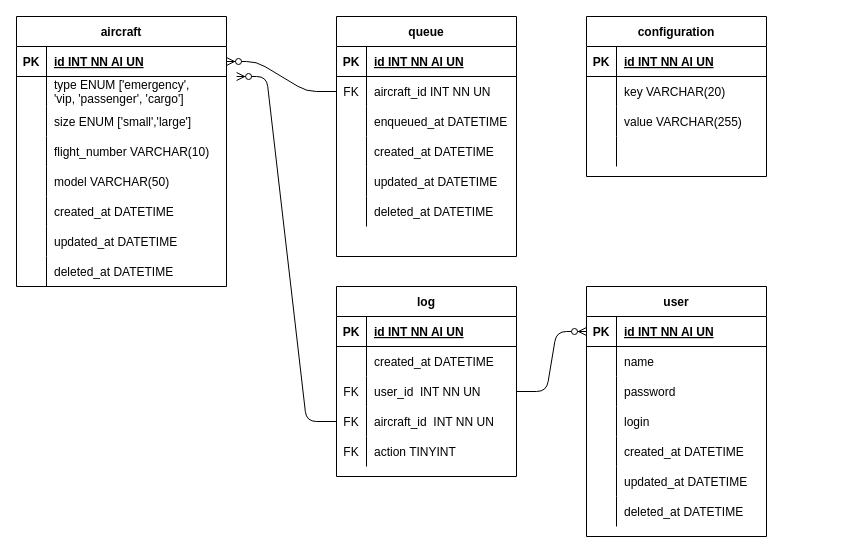
Earlier version of the draw.io diagram documents/er-diagram.drawio (julianobressan/atcm). Source tidied: cells renumbered, new cells numbered last; positions are measured from the earlier drawing's top-left corner, leaving out a move shared by most shapes. Both pictures are drawn from the tidied source at 100%, with x=0, y=0 at pixel (16, 16).
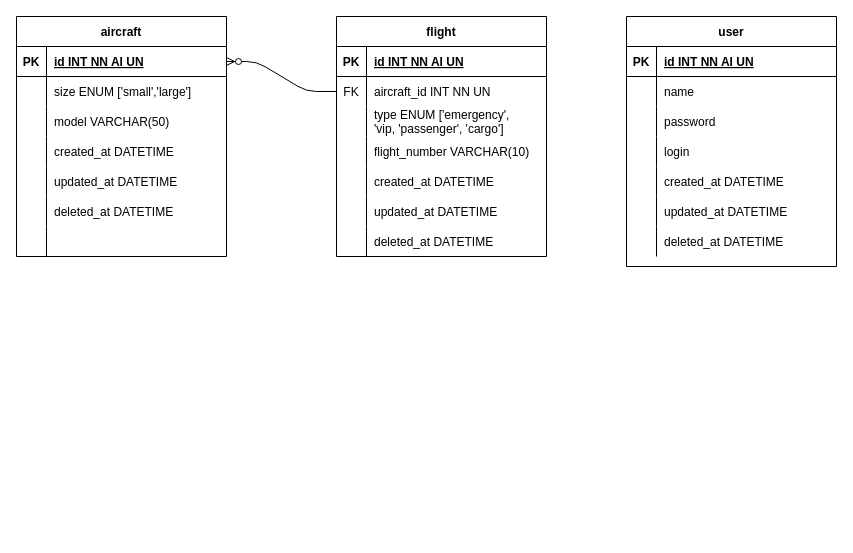
After the change.

What changed in the source:
```diff
@@
     <mxCell id="2" value="aircraft" style="shape=table;startSize=30;childLayout=tableLayout;rowLines=0;fontStyle=1;align=center;" parent="1" vertex="1">
-      <mxGeometry width="210" height="270" as="geometry" />
+      <mxGeometry width="210" height="240" as="geometry" />
     </mxCell>
@@
-    <mxCell id="6" style="shape=partialRectangle;fillColor=none;top=0;left=0;bottom=0;right=0;points=[[0,0.5],[1,0.5]];portConstraint=eastwest;" parent="2" vertex="1">
-      <mxGeometry y="60" width="210" height="30" as="geometry" />
-    </mxCell>
-    <mxCell id="7" style="shape=partialRectangle;fillColor=none;top=0;left=0;bottom=0;right=0;overflow=hidden;" parent="6" vertex="1">
-      <mxGeometry width="30" height="30" as="geometry" />
-    </mxCell>
-    <mxCell id="8" value="type ENUM ['emergency', &#10;'vip, 'passenger', 'cargo']" style="shape=partialRectangle;fillColor=none;top=0;left=0;bottom=0;right=0;align=left;spacingLeft=6;overflow=hidden;" parent="6" vertex="1">
-      <mxGeometry x="30" width="180" height="30" as="geometry" />
-    </mxCell>
     <mxCell id="9" style="shape=partialRectangle;fillColor=none;top=0;left=0;bottom=0;right=0;" parent="2" vertex="1">
-      <mxGeometry y="90" width="210" height="30" as="geometry" />
+      <mxGeometry y="60" width="210" height="30" as="geometry" />
     </mxCell>
@@
-    <mxCell id="12" style="shape=partialRectangle;fillColor=none;top=0;left=0;bottom=0;right=0;" parent="2" vertex="1">
-      <mxGeometry y="120" width="210" height="30" as="geometry" />
-    </mxCell>
-    <mxCell id="13" style="shape=partialRectangle;fillColor=none;top=0;left=0;bottom=0;right=0;overflow=hidden;" parent="12" vertex="1">
-      <mxGeometry width="30" height="30" as="geometry" />
-    </mxCell>
-    <mxCell id="14" value="flight_number VARCHAR(10)" style="shape=partialRectangle;fillColor=none;top=0;left=0;bottom=0;right=0;align=left;spacingLeft=6;overflow=hidden;" parent="12" vertex="1">
-      <mxGeometry x="30" width="180" height="30" as="geometry" />
-    </mxCell>
     <mxCell id="15" style="shape=partialRectangle;fillColor=none;top=0;left=0;bottom=0;right=0;" parent="2" vertex="1">
-      <mxGeometry y="150" width="210" height="30" as="geometry" />
+      <mxGeometry y="90" width="210" height="30" as="geometry" />
     </mxCell>
@@
     <mxCell id="18" style="shape=partialRectangle;fillColor=none;top=0;left=0;bottom=0;right=0;" parent="2" vertex="1">
-      <mxGeometry y="180" width="210" height="30" as="geometry" />
+      <mxGeometry y="120" width="210" height="30" as="geometry" />
     </mxCell>
@@
     <mxCell id="21" style="shape=partialRectangle;fillColor=none;top=0;left=0;bottom=0;right=0;" parent="2" vertex="1">
-      <mxGeometry y="210" width="210" height="30" as="geometry" />
+      <mxGeometry y="150" width="210" height="30" as="geometry" />
     </mxCell>
@@
     <mxCell id="24" style="shape=partialRectangle;fillColor=none;top=0;left=0;bottom=0;right=0;" parent="2" vertex="1">
-      <mxGeometry y="240" width="210" height="30" as="geometry" />
+      <mxGeometry y="180" width="210" height="30" as="geometry" />
     </mxCell>
@@
-    <mxCell id="27" value="configuration" style="shape=table;startSize=30;childLayout=tableLayout;rowLines=0;fontStyle=1;align=center;" parent="1" vertex="1">
-      <mxGeometry x="570" width="180" height="160" as="geometry" />
-    </mxCell>
-    <mxCell id="28" style="shape=partialRectangle;fillColor=none;top=0;left=0;bottom=1;right=0;" parent="27" vertex="1">
-      <mxGeometry y="30" width="180" height="30" as="geometry" />
-    </mxCell>
-    <mxCell id="29" value="PK" style="shape=partialRectangle;fillColor=none;top=0;left=0;bottom=0;right=0;fontStyle=1;overflow=hidden;" parent="28" vertex="1">
-      <mxGeometry width="30" height="30" as="geometry" />
-    </mxCell>
-    <mxCell id="30" value="id INT NN AI UN" style="shape=partialRectangle;fillColor=none;top=0;left=0;bottom=0;right=0;align=left;spacingLeft=6;fontStyle=5;overflow=hidden;" parent="28" vertex="1">
-      <mxGeometry x="30" width="150" height="30" as="geometry" />
-    </mxCell>
-    <mxCell id="31" style="shape=partialRectangle;fillColor=none;top=0;left=0;bottom=0;right=0;" parent="27" vertex="1">
-      <mxGeometry y="60" width="180" height="30" as="geometry" />
-    </mxCell>
-    <mxCell id="32" style="shape=partialRectangle;fillColor=none;top=0;left=0;bottom=0;right=0;overflow=hidden;" parent="31" vertex="1">
-      <mxGeometry width="30" height="30" as="geometry" />
-    </mxCell>
-    <mxCell id="33" value="key VARCHAR(20)" style="shape=partialRectangle;fillColor=none;top=0;left=0;bottom=0;right=0;align=left;spacingLeft=6;overflow=hidden;" parent="31" vertex="1">
-      <mxGeometry x="30" width="150" height="30" as="geometry" />
-    </mxCell>
-    <mxCell id="34" style="shape=partialRectangle;fillColor=none;top=0;left=0;bottom=0;right=0;" parent="27" vertex="1">
-      <mxGeometry y="90" width="180" height="30" as="geometry" />
-    </mxCell>
-    <mxCell id="35" style="shape=partialRectangle;fillColor=none;top=0;left=0;bottom=0;right=0;overflow=hidden;" parent="34" vertex="1">
-      <mxGeometry width="30" height="30" as="geometry" />
-    </mxCell>
-    <mxCell id="36" value="value VARCHAR(255)" style="shape=partialRectangle;fillColor=none;top=0;left=0;bottom=0;right=0;align=left;spacingLeft=6;overflow=hidden;" parent="34" vertex="1">
-      <mxGeometry x="30" width="150" height="30" as="geometry" />
-    </mxCell>
-    <mxCell id="37" style="shape=partialRectangle;fillColor=none;top=0;left=0;bottom=0;right=0;" parent="27" vertex="1">
-      <mxGeometry y="120" width="180" height="30" as="geometry" />
-    </mxCell>
-    <mxCell id="38" style="shape=partialRectangle;fillColor=none;top=0;left=0;bottom=0;right=0;overflow=hidden;" parent="37" vertex="1">
-      <mxGeometry width="30" height="30" as="geometry" />
-    </mxCell>
-    <mxCell id="39" style="shape=partialRectangle;fillColor=none;top=0;left=0;bottom=0;right=0;align=left;spacingLeft=6;overflow=hidden;" parent="37" vertex="1">
-      <mxGeometry x="30" width="150" height="30" as="geometry" />
-    </mxCell>
+    <mxCell id="6" style="shape=partialRectangle;fillColor=none;top=0;left=0;bottom=0;right=0;points=[[0,0.5],[1,0.5]];portConstraint=eastwest;" parent="2" vertex="1">
+      <mxGeometry y="210" width="210" height="30" as="geometry" />
+    </mxCell>
+    <mxCell id="7" style="shape=partialRectangle;fillColor=none;top=0;left=0;bottom=0;right=0;overflow=hidden;" parent="6" vertex="1">
+      <mxGeometry width="30" height="30" as="geometry" />
+    </mxCell>
+    <mxCell id="8" style="shape=partialRectangle;fillColor=none;top=0;left=0;bottom=0;right=0;align=left;spacingLeft=6;overflow=hidden;" parent="6" vertex="1">
+      <mxGeometry x="30" width="180" height="30" as="geometry" />
+    </mxCell>
-    <mxCell id="40" value="queue" style="shape=table;startSize=30;childLayout=tableLayout;rowLines=0;fontStyle=1;align=center;" parent="1" vertex="1">
-      <mxGeometry x="320" width="180" height="240" as="geometry" />
+    <mxCell id="40" value="flight" style="shape=table;startSize=30;childLayout=tableLayout;rowLines=0;fontStyle=1;align=center;" parent="1" vertex="1">
+      <mxGeometry x="320" width="210" height="240" as="geometry" />
     </mxCell>
     <mxCell id="41" style="shape=partialRectangle;fillColor=none;top=0;left=0;bottom=1;right=0;" parent="40" vertex="1">
-      <mxGeometry y="30" width="180" height="30" as="geometry" />
+      <mxGeometry y="30" width="210" height="30" as="geometry" />
     </mxCell>
@@
     <mxCell id="43" value="id INT NN AI UN" style="shape=partialRectangle;fillColor=none;top=0;left=0;bottom=0;right=0;align=left;spacingLeft=6;fontStyle=5;overflow=hidden;" parent="41" vertex="1">
-      <mxGeometry x="30" width="150" height="30" as="geometry" />
+      <mxGeometry x="30" width="180" height="30" as="geometry" />
     </mxCell>
     <mxCell id="44" style="shape=partialRectangle;fillColor=none;top=0;left=0;bottom=0;right=0;points=[[0,0.5],[1,0.5]];portConstraint=eastwest;" parent="40" vertex="1">
-      <mxGeometry y="60" width="180" height="30" as="geometry" />
+      <mxGeometry y="60" width="210" height="30" as="geometry" />
     </mxCell>
@@
     <mxCell id="46" value="aircraft_id INT NN UN" style="shape=partialRectangle;fillColor=none;top=0;left=0;bottom=0;right=0;align=left;spacingLeft=6;overflow=hidden;" parent="44" vertex="1">
-      <mxGeometry x="30" width="150" height="30" as="geometry" />
+      <mxGeometry x="30" width="180" height="30" as="geometry" />
     </mxCell>
     <mxCell id="47" style="shape=partialRectangle;fillColor=none;top=0;left=0;bottom=0;right=0;" parent="40" vertex="1">
-      <mxGeometry y="90" width="180" height="30" as="geometry" />
+      <mxGeometry y="90" width="210" height="30" as="geometry" />
     </mxCell>
@@
-    <mxCell id="49" value="enqueued_at DATETIME" style="shape=partialRectangle;fillColor=none;top=0;left=0;bottom=0;right=0;align=left;spacingLeft=6;overflow=hidden;" parent="47" vertex="1">
-      <mxGeometry x="30" width="150" height="30" as="geometry" />
+    <mxCell id="49" value="type ENUM ['emergency', &#10;'vip, 'passenger', 'cargo']" style="shape=partialRectangle;fillColor=none;top=0;left=0;bottom=0;right=0;align=left;spacingLeft=6;overflow=hidden;" parent="47" vertex="1">
+      <mxGeometry x="30" width="180" height="30" as="geometry" />
     </mxCell>
+    <mxCell id="12" style="shape=partialRectangle;fillColor=none;top=0;left=0;bottom=0;right=0;" parent="40" vertex="1">
+      <mxGeometry y="120" width="210" height="30" as="geometry" />
+    </mxCell>
+    <mxCell id="100" style="shape=partialRectangle;fillColor=none;top=0;left=0;bottom=0;right=0;overflow=hidden;" parent="12" vertex="1">
+      <mxGeometry width="30" height="30" as="geometry" />
+    </mxCell>
+    <mxCell id="14" value="flight_number VARCHAR(10)" style="shape=partialRectangle;fillColor=none;top=0;left=0;bottom=0;right=0;align=left;spacingLeft=6;overflow=hidden;" parent="12" vertex="1">
+      <mxGeometry x="30" width="180" height="30" as="geometry" />
+    </mxCell>
     <mxCell id="50" style="shape=partialRectangle;fillColor=none;top=0;left=0;bottom=0;right=0;" parent="40" vertex="1">
-      <mxGeometry y="120" width="180" height="30" as="geometry" />
+      <mxGeometry y="150" width="210" height="30" as="geometry" />
     </mxCell>
@@
     <mxCell id="52" value="created_at DATETIME" style="shape=partialRectangle;fillColor=none;top=0;left=0;bottom=0;right=0;align=left;spacingLeft=6;overflow=hidden;" parent="50" vertex="1">
-      <mxGeometry x="30" width="150" height="30" as="geometry" />
+      <mxGeometry x="30" width="180" height="30" as="geometry" />
     </mxCell>
     <mxCell id="53" style="shape=partialRectangle;fillColor=none;top=0;left=0;bottom=0;right=0;" parent="40" vertex="1">
-      <mxGeometry y="150" width="180" height="30" as="geometry" />
+      <mxGeometry y="180" width="210" height="30" as="geometry" />
     </mxCell>
@@
     <mxCell id="55" value="updated_at DATETIME" style="shape=partialRectangle;fillColor=none;top=0;left=0;bottom=0;right=0;align=left;spacingLeft=6;overflow=hidden;" parent="53" vertex="1">
-      <mxGeometry x="30" width="150" height="30" as="geometry" />
+      <mxGeometry x="30" width="180" height="30" as="geometry" />
     </mxCell>
     <mxCell id="56" style="shape=partialRectangle;fillColor=none;top=0;left=0;bottom=0;right=0;" parent="40" vertex="1">
-      <mxGeometry y="180" width="180" height="30" as="geometry" />
+      <mxGeometry y="210" width="210" height="30" as="geometry" />
     </mxCell>
@@
     <mxCell id="58" value="deleted_at DATETIME" style="shape=partialRectangle;fillColor=none;top=0;left=0;bottom=0;right=0;align=left;spacingLeft=6;overflow=hidden;" parent="56" vertex="1">
-      <mxGeometry x="30" width="150" height="30" as="geometry" />
+      <mxGeometry x="30" width="180" height="30" as="geometry" />
     </mxCell>
-    <mxCell id="59" value="log" style="shape=table;startSize=30;childLayout=tableLayout;rowLines=0;fontStyle=1;align=center;" parent="1" vertex="1">
-      <mxGeometry x="320" y="270" width="180" height="190" as="geometry" />
-    </mxCell>
-    <mxCell id="60" style="shape=partialRectangle;fillColor=none;top=0;left=0;bottom=1;right=0;" parent="59" vertex="1">
-      <mxGeometry y="30" width="180" height="30" as="geometry" />
-    </mxCell>
-    <mxCell id="61" value="PK" style="shape=partialRectangle;fillColor=none;top=0;left=0;bottom=0;right=0;fontStyle=1;overflow=hidden;" parent="60" vertex="1">
-      <mxGeometry width="30" height="30" as="geometry" />
-    </mxCell>
-    <mxCell id="62" value="id INT NN AI UN" style="shape=partialRectangle;fillColor=none;top=0;left=0;bottom=0;right=0;align=left;spacingLeft=6;fontStyle=5;overflow=hidden;" parent="60" vertex="1">
-      <mxGeometry x="30" width="150" height="30" as="geometry" />
-    </mxCell>
-    <mxCell id="63" style="shape=partialRectangle;fillColor=none;top=0;left=0;bottom=0;right=0;" parent="59" vertex="1">
-      <mxGeometry y="60" width="180" height="30" as="geometry" />
-    </mxCell>
-    <mxCell id="64" style="shape=partialRectangle;fillColor=none;top=0;left=0;bottom=0;right=0;overflow=hidden;" parent="63" vertex="1">
-      <mxGeometry width="30" height="30" as="geometry" />
-    </mxCell>
-    <mxCell id="65" value="created_at DATETIME" style="shape=partialRectangle;fillColor=none;top=0;left=0;bottom=0;right=0;align=left;spacingLeft=6;overflow=hidden;" parent="63" vertex="1">
-      <mxGeometry x="30" width="150" height="30" as="geometry" />
-    </mxCell>
-    <mxCell id="66" style="shape=partialRectangle;fillColor=none;top=0;left=0;bottom=0;right=0;points=[[0,0.5],[1,0.5]];portConstraint=eastwest;" parent="59" vertex="1">
-      <mxGeometry y="90" width="180" height="30" as="geometry" />
-    </mxCell>
-    <mxCell id="67" value="FK" style="shape=partialRectangle;fillColor=none;top=0;left=0;bottom=0;right=0;overflow=hidden;" parent="66" vertex="1">
-      <mxGeometry width="30" height="30" as="geometry" />
-    </mxCell>
-    <mxCell id="68" value="user_id  INT NN UN" style="shape=partialRectangle;fillColor=none;top=0;left=0;bottom=0;right=0;align=left;spacingLeft=6;overflow=hidden;" parent="66" vertex="1">
-      <mxGeometry x="30" width="150" height="30" as="geometry" />
-    </mxCell>
-    <mxCell id="69" style="shape=partialRectangle;fillColor=none;top=0;left=0;bottom=0;right=0;points=[[0,0.5],[1,0.5]];portConstraint=eastwest;" parent="59" vertex="1">
-      <mxGeometry y="120" width="180" height="30" as="geometry" />
-    </mxCell>
-    <mxCell id="70" value="FK" style="shape=partialRectangle;fillColor=none;top=0;left=0;bottom=0;right=0;overflow=hidden;" parent="69" vertex="1">
-      <mxGeometry width="30" height="30" as="geometry" />
-    </mxCell>
-    <mxCell id="71" value="aircraft_id  INT NN UN" style="shape=partialRectangle;fillColor=none;top=0;left=0;bottom=0;right=0;align=left;spacingLeft=6;overflow=hidden;" parent="69" vertex="1">
-      <mxGeometry x="30" width="150" height="30" as="geometry" />
-    </mxCell>
-    <mxCell id="72" style="shape=partialRectangle;fillColor=none;top=0;left=0;bottom=0;right=0;" parent="59" vertex="1">
-      <mxGeometry y="150" width="180" height="30" as="geometry" />
-    </mxCell>
-    <mxCell id="73" value="FK" style="shape=partialRectangle;fillColor=none;top=0;left=0;bottom=0;right=0;overflow=hidden;" parent="72" vertex="1">
-      <mxGeometry width="30" height="30" as="geometry" />
-    </mxCell>
-    <mxCell id="74" value="action TINYINT" style="shape=partialRectangle;fillColor=none;top=0;left=0;bottom=0;right=0;align=left;spacingLeft=6;overflow=hidden;" parent="72" vertex="1">
-      <mxGeometry x="30" width="150" height="30" as="geometry" />
-    </mxCell>
     <mxCell id="75" value="user" style="shape=table;startSize=30;childLayout=tableLayout;rowLines=0;fontStyle=1;align=center;" parent="1" vertex="1">
-      <mxGeometry x="570" y="270" width="180" height="250" as="geometry" />
+      <mxGeometry x="610" width="210" height="250" as="geometry" />
     </mxCell>
     <mxCell id="76" style="shape=partialRectangle;fillColor=none;top=0;left=0;bottom=1;right=0;points=[[0,0.5],[1,0.5]];portConstraint=eastwest;" parent="75" vertex="1">
-      <mxGeometry y="30" width="180" height="30" as="geometry" />
+      <mxGeometry y="30" width="210" height="30" as="geometry" />
     </mxCell>
@@
     <mxCell id="78" value="id INT NN AI UN" style="shape=partialRectangle;fillColor=none;top=0;left=0;bottom=0;right=0;align=left;spacingLeft=6;fontStyle=5;overflow=hidden;" parent="76" vertex="1">
-      <mxGeometry x="30" width="150" height="30" as="geometry" />
+      <mxGeometry x="30" width="180" height="30" as="geometry" />
     </mxCell>
     <mxCell id="79" style="shape=partialRectangle;fillColor=none;top=0;left=0;bottom=0;right=0;" parent="75" vertex="1">
-      <mxGeometry y="60" width="180" height="30" as="geometry" />
+      <mxGeometry y="60" width="210" height="30" as="geometry" />
     </mxCell>
@@
     <mxCell id="81" value="name" style="shape=partialRectangle;fillColor=none;top=0;left=0;bottom=0;right=0;align=left;spacingLeft=6;overflow=hidden;" parent="79" vertex="1">
-      <mxGeometry x="30" width="150" height="30" as="geometry" />
+      <mxGeometry x="30" width="180" height="30" as="geometry" />
     </mxCell>
     <mxCell id="82" style="shape=partialRectangle;fillColor=none;top=0;left=0;bottom=0;right=0;" parent="75" vertex="1">
-      <mxGeometry y="90" width="180" height="30" as="geometry" />
+      <mxGeometry y="90" width="210" height="30" as="geometry" />
     </mxCell>
@@
     <mxCell id="84" value="password" style="shape=partialRectangle;fillColor=none;top=0;left=0;bottom=0;right=0;align=left;spacingLeft=6;overflow=hidden;" parent="82" vertex="1">
-      <mxGeometry x="30" width="150" height="30" as="geometry" />
+      <mxGeometry x="30" width="180" height="30" as="geometry" />
     </mxCell>
     <mxCell id="85" style="shape=partialRectangle;fillColor=none;top=0;left=0;bottom=0;right=0;" parent="75" vertex="1">
-      <mxGeometry y="120" width="180" height="30" as="geometry" />
+      <mxGeometry y="120" width="210" height="30" as="geometry" />
     </mxCell>
@@
     <mxCell id="87" value="login" style="shape=partialRectangle;fillColor=none;top=0;left=0;bottom=0;right=0;align=left;spacingLeft=6;overflow=hidden;" parent="85" vertex="1">
-      <mxGeometry x="30" width="150" height="30" as="geometry" />
+      <mxGeometry x="30" width="180" height="30" as="geometry" />
     </mxCell>
     <mxCell id="88" style="shape=partialRectangle;fillColor=none;top=0;left=0;bottom=0;right=0;" parent="75" vertex="1">
-      <mxGeometry y="150" width="180" height="30" as="geometry" />
+      <mxGeometry y="150" width="210" height="30" as="geometry" />
     </mxCell>
@@
     <mxCell id="90" value="created_at DATETIME" style="shape=partialRectangle;fillColor=none;top=0;left=0;bottom=0;right=0;align=left;spacingLeft=6;overflow=hidden;" parent="88" vertex="1">
-      <mxGeometry x="30" width="150" height="30" as="geometry" />
+      <mxGeometry x="30" width="180" height="30" as="geometry" />
     </mxCell>
     <mxCell id="91" style="shape=partialRectangle;fillColor=none;top=0;left=0;bottom=0;right=0;" parent="75" vertex="1">
-      <mxGeometry y="180" width="180" height="30" as="geometry" />
+      <mxGeometry y="180" width="210" height="30" as="geometry" />
     </mxCell>
@@
     <mxCell id="93" value="updated_at DATETIME" style="shape=partialRectangle;fillColor=none;top=0;left=0;bottom=0;right=0;align=left;spacingLeft=6;overflow=hidden;" parent="91" vertex="1">
-      <mxGeometry x="30" width="150" height="30" as="geometry" />
+      <mxGeometry x="30" width="180" height="30" as="geometry" />
     </mxCell>
     <mxCell id="94" style="shape=partialRectangle;fillColor=none;top=0;left=0;bottom=0;right=0;" parent="75" vertex="1">
-      <mxGeometry y="210" width="180" height="30" as="geometry" />
+      <mxGeometry y="210" width="210" height="30" as="geometry" />
     </mxCell>
@@
     <mxCell id="96" value="deleted_at DATETIME" style="shape=partialRectangle;fillColor=none;top=0;left=0;bottom=0;right=0;align=left;spacingLeft=6;overflow=hidden;" parent="94" vertex="1">
-      <mxGeometry x="30" width="150" height="30" as="geometry" />
+      <mxGeometry x="30" width="180" height="30" as="geometry" />
     </mxCell>
@@
-    <mxCell id="98" style="edgeStyle=entityRelationEdgeStyle;fontSize=12;html=1;endArrow=ERzeroToMany;endFill=1;exitX=1;exitY=0.5;exitDx=0;exitDy=0;entryX=0;entryY=0.5;entryDx=0;entryDy=0;" parent="1" edge="1" source="66" target="76">
-      <mxGeometry relative="1" as="geometry" />
-    </mxCell>
-    <mxCell id="99" style="edgeStyle=entityRelationEdgeStyle;fontSize=12;html=1;endArrow=ERzeroToMany;endFill=1;exitX=0;exitY=0.5;exitDx=0;exitDy=0;entryX=1.048;entryY=0;entryDx=0;entryDy=0;entryPerimeter=0;" parent="1" edge="1" source="69" target="6">
-      <mxGeometry relative="1" as="geometry" />
-    </mxCell>
```
